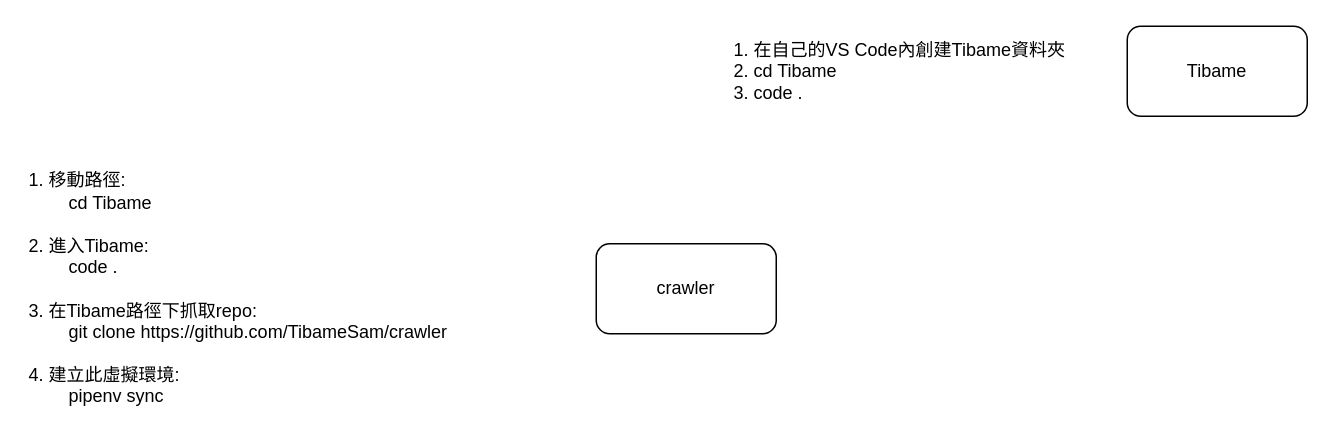
Above: 架構圖.drawio in WadeLee52/ArchitectureDiagram (draw.io), before the change. Source tidied: cells renumbered, new cells numbered last; positions are measured from the earlier drawing's top-left corner, leaving out a move shared by most shapes. Both pictures are drawn from the tidied source at 150%, with x=0, y=0 at pixel (26, 26).
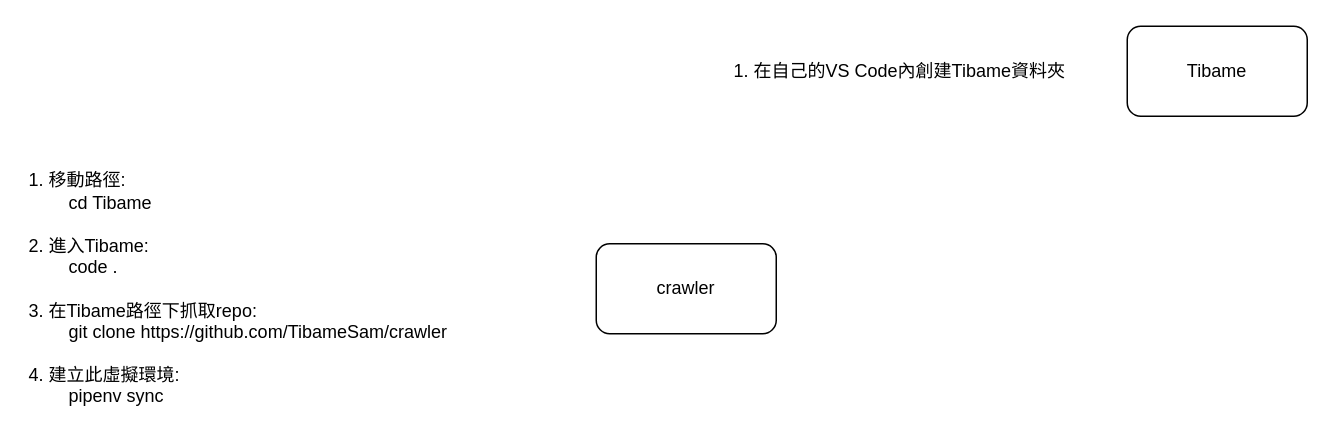
The same page after the edit.

Commit message:
更新架構圖.drawio

What changed in the source:
```diff
@@
 <mxGraphModel>
   <root>
     <mxCell id="0" />
     <mxCell id="1" parent="0" />
     <mxCell id="2" value="Tibame" style="rounded=1;whiteSpace=wrap;html=1;" parent="1" vertex="1">
       <mxGeometry x="734" width="120" height="60" as="geometry" />
     </mxCell>
-    <mxCell id="3" value="1. 在自己的VS Code內創建Tibame資料夾&lt;div&gt;2. cd Tibame&lt;/div&gt;&lt;div&gt;3. code .&lt;/div&gt;" style="text;html=1;align=left;verticalAlign=middle;strokeColor=none;fillColor=none;" parent="1" vertex="1">
-      <mxGeometry x="470" width="240" height="60" as="geometry" />
+    <mxCell id="3" value="1. 在自己的VS Code內創建Tibame資料夾" style="text;html=1;align=left;verticalAlign=middle;strokeColor=none;fillColor=none;" parent="1" vertex="1">
+      <mxGeometry x="470" y="15" width="240" height="30" as="geometry" />
     </mxCell>
     <mxCell id="4" value="&lt;div&gt;1. 移動路徑: &lt;br&gt;&lt;span style=&quot;white-space: pre;&quot;&gt;&#9;&lt;/span&gt;cd Tibame&lt;br&gt;&lt;br&gt;&lt;/div&gt;&lt;div&gt;2. 進入Tibame: &lt;br&gt;&lt;span style=&quot;white-space: pre;&quot;&gt;&#9;&lt;/span&gt;code .&lt;br&gt;&lt;br&gt;&lt;/div&gt;&lt;div&gt;3. 在Tibame路徑下抓取repo:&amp;nbsp;&lt;br&gt;&lt;span style=&quot;background-color: transparent; color: light-dark(rgb(0, 0, 0), rgb(255, 255, 255));&quot;&gt;&lt;span style=&quot;white-space: pre;&quot;&gt;&#9;&lt;/span&gt;git clone https://github.com/TibameSam/crawler&lt;br&gt;&lt;br&gt;&lt;/span&gt;&lt;/div&gt;&lt;div&gt;4. 建立此虛擬環境: &lt;br&gt;&lt;span style=&quot;white-space: pre;&quot;&gt;&#9;&lt;/span&gt;pipenv sync&amp;nbsp;&lt;/div&gt;" style="text;html=1;align=left;verticalAlign=middle;strokeColor=none;fillColor=none;" parent="1" vertex="1">
       <mxGeometry y="90" width="300" height="170" as="geometry" />
     </mxCell>
     <mxCell id="5" value="crawler" style="rounded=1;whiteSpace=wrap;html=1;" parent="1" vertex="1">
       <mxGeometry x="380" y="145" width="120" height="60" as="geometry" />
     </mxCell>
   </root>
 </mxGraphModel>
```
